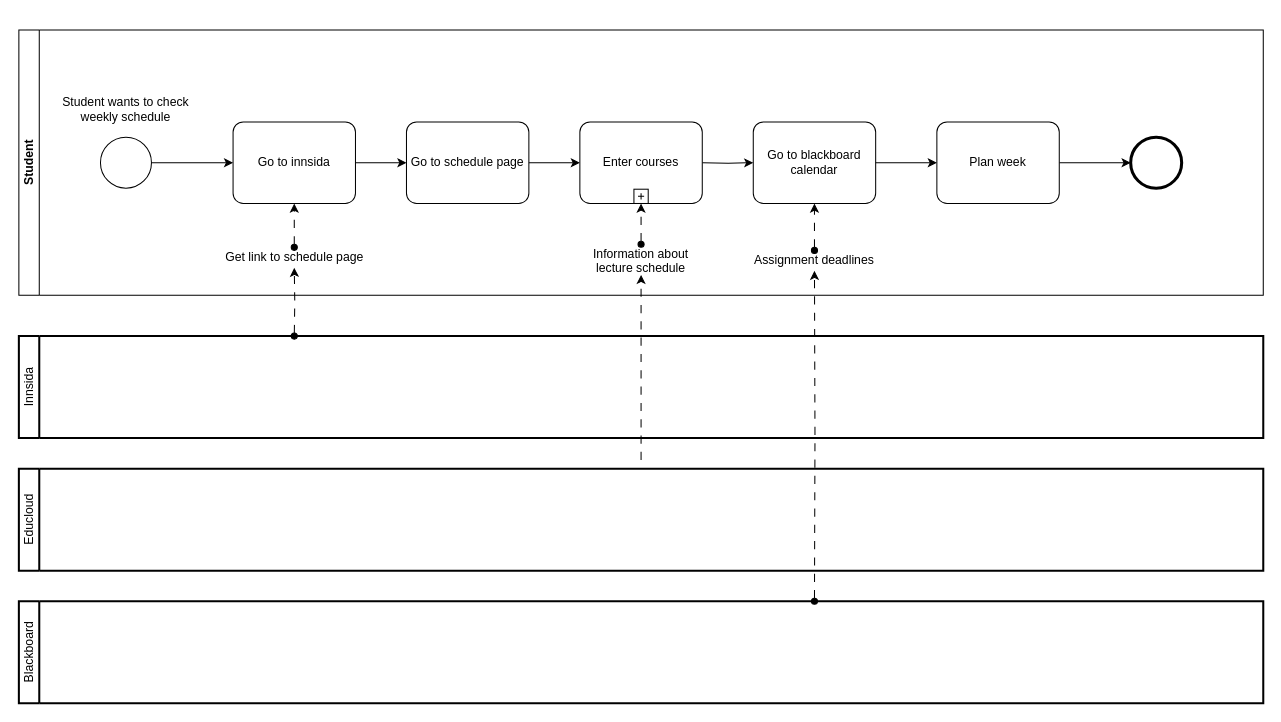
This is TDT4175-information-systems/group-project/sub-processes/weekly-schedule-old.drawio from jKm00/master-courses, a draw.io file, before an edit. Source tidied: cells renumbered, new cells numbered last; positions are measured from the earlier drawing's top-left corner, leaving out a move shared by most shapes. Both pictures are drawn from the tidied source at 102%, with x=0, y=0 at pixel (-12, 30).
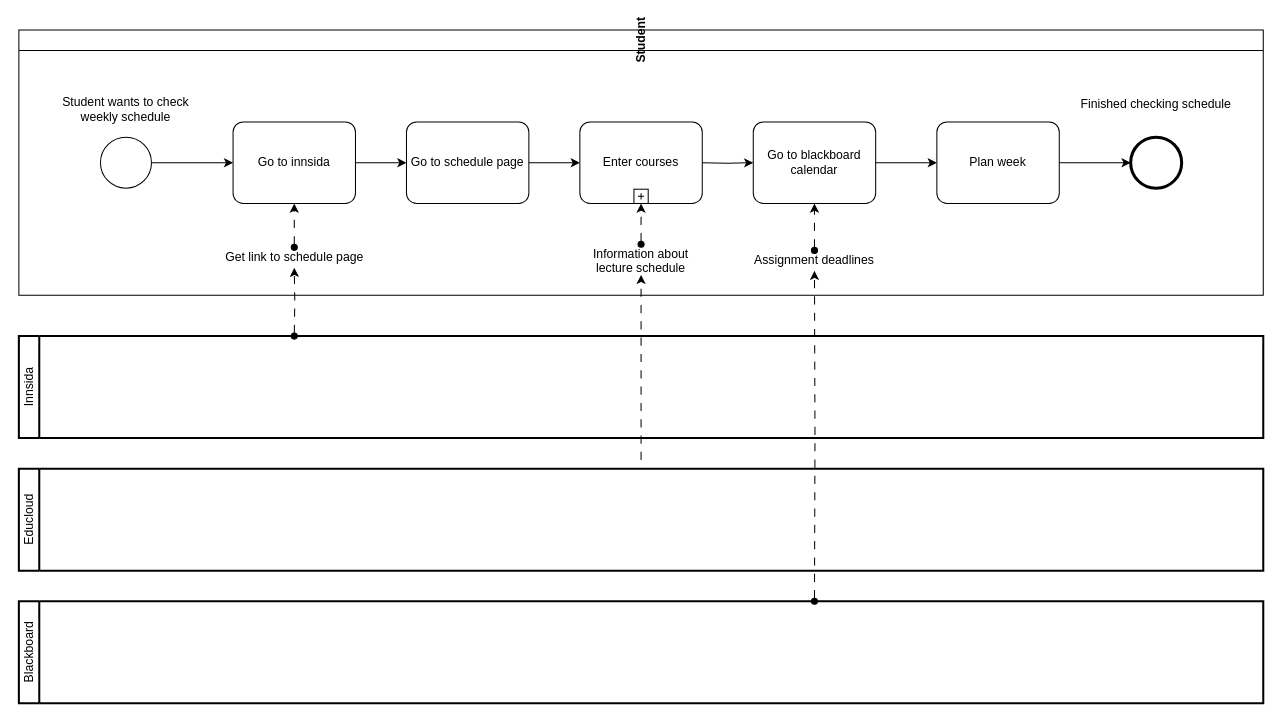
The same page after the edit.

Commit message (it also covers changes not shown here):
tdt4175: diagrams

What changed in the source:
```diff
@@
-    <mxCell id="4" value="Student" style="swimlane;startSize=20;horizontal=0;html=1;whiteSpace=wrap;" parent="1" vertex="1">
+    <mxCell id="4" value="Student" style="swimlane;startSize=20;horizontal=0;html=1;whiteSpace=wrap;direction=south;" parent="1" vertex="1">
       <mxGeometry x="30" width="1220" height="260" as="geometry" />
     </mxCell>
@@
+    <mxCell id="32" value="&lt;font style=&quot;font-size: 12px;&quot;&gt;Finished checking schedule&lt;/font&gt;" style="text;html=1;strokeColor=none;fillColor=none;align=center;verticalAlign=middle;whiteSpace=wrap;overflow=hidden;" parent="4" vertex="1">
+      <mxGeometry x="1040" y="55" width="150" height="35" as="geometry" />
+    </mxCell>
```
